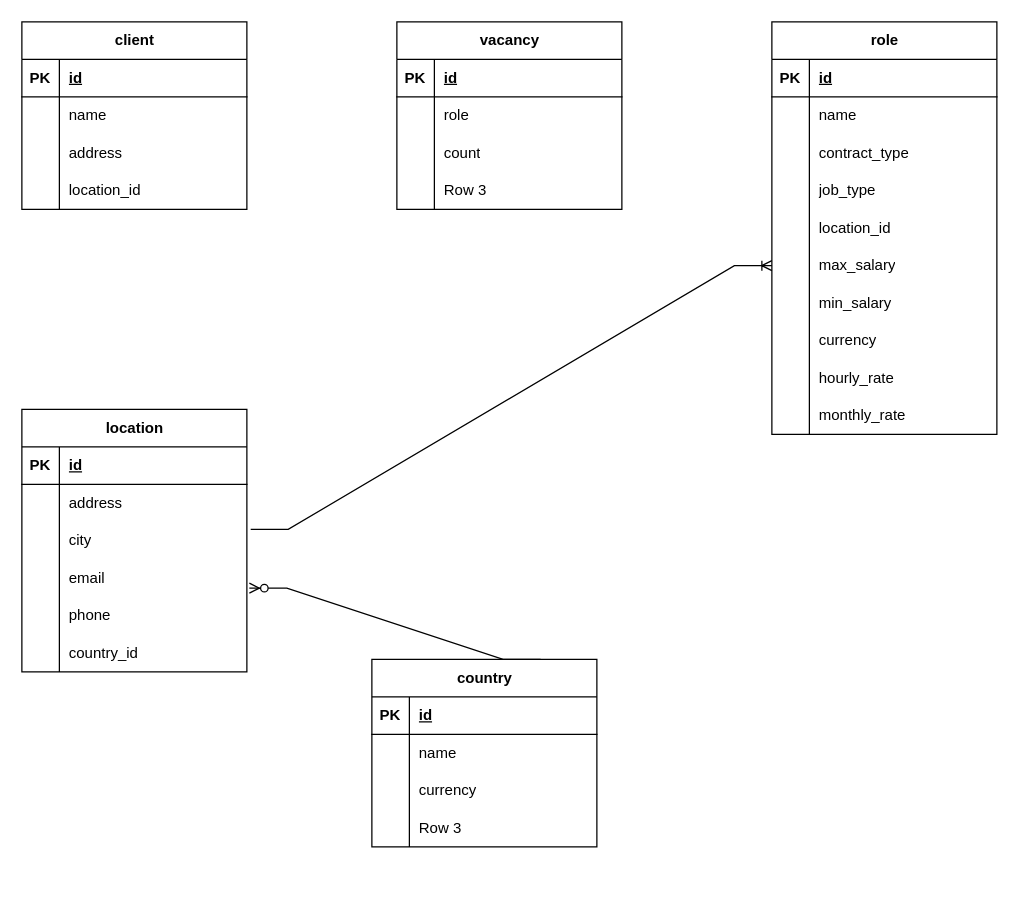
This is ER.drawio from peguses/education, a draw.io file, before an edit. Source tidied: cells renumbered, new cells numbered last; positions are measured from the earlier drawing's top-left corner, leaving out a move shared by most shapes. Both pictures are drawn from the tidied source at 125%, with x=0, y=0 at pixel (21, 21).
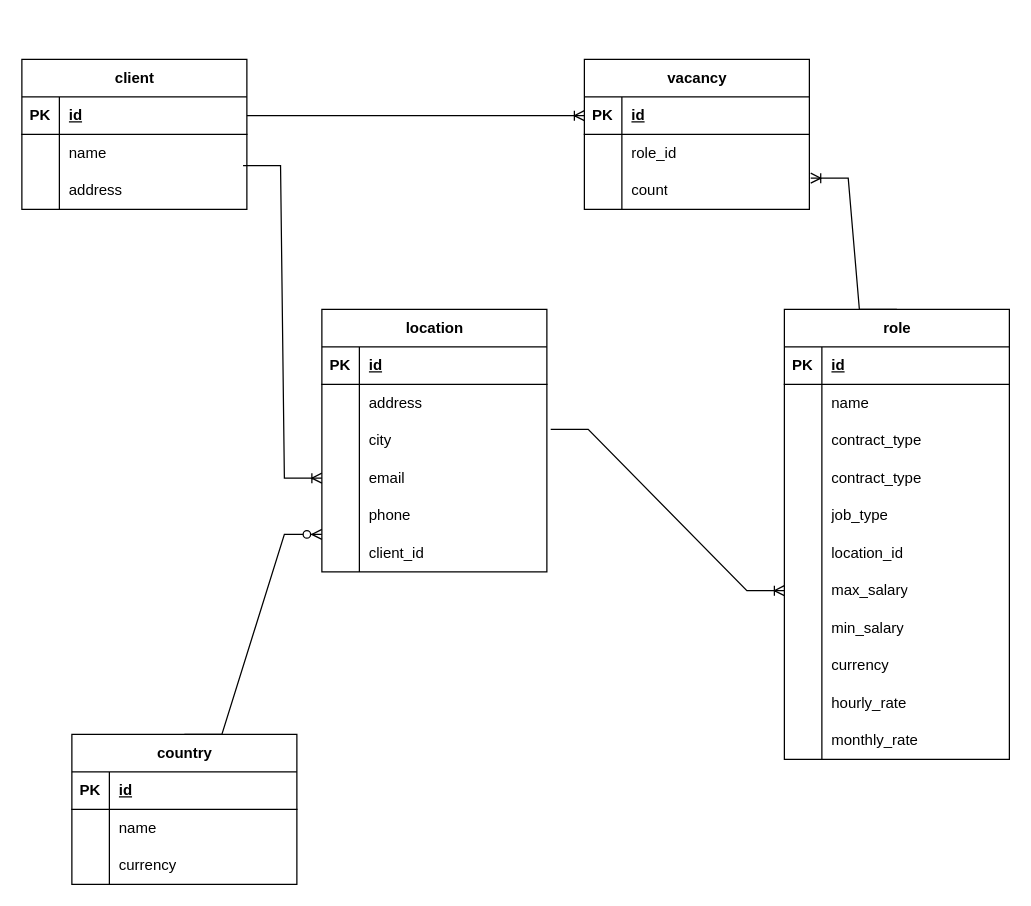
Above is the later version.

Unchanged cells that the change refers to:
```xml
<mxCell id="3" style="shape=tableRow;horizontal=0;startSize=0;swimlaneHead=0;swimlaneBody=0;fillColor=none;points=[[0,0.5],[1,0.5]];portConstraint=eastwest;top=0;left=0;right=0;bottom=1;" parent="2" vertex="1">
  <mxGeometry y="30" width="180" height="30" as="geometry" />
</mxCell>
<mxCell id="6" style="shape=tableRow;horizontal=0;startSize=0;swimlaneHead=0;swimlaneBody=0;fillColor=none;points=[[0,0.5],[1,0.5]];portConstraint=eastwest;top=0;left=0;right=0;bottom=0;" parent="2" vertex="1">
  <mxGeometry y="60" width="180" height="30" as="geometry" />
</mxCell>
<mxCell id="29" style="shape=tableRow;horizontal=0;startSize=0;swimlaneHead=0;swimlaneBody=0;fillColor=none;points=[[0,0.5],[1,0.5]];portConstraint=eastwest;top=0;left=0;right=0;bottom=1;" parent="28" vertex="1">
  <mxGeometry y="30" width="180" height="30" as="geometry" />
</mxCell>
<mxCell id="32" style="shape=tableRow;horizontal=0;startSize=0;swimlaneHead=0;swimlaneBody=0;fillColor=none;top=0;left=0;right=0;bottom=0;" parent="28" vertex="1">
  <mxGeometry y="60" width="180" height="30" as="geometry" />
</mxCell>
<mxCell id="35" style="shape=tableRow;horizontal=0;startSize=0;swimlaneHead=0;swimlaneBody=0;fillColor=none;points=[[0,0.5],[1,0.5]];portConstraint=eastwest;top=0;left=0;right=0;bottom=0;" parent="28" vertex="1">
  <mxGeometry y="90" width="180" height="30" as="geometry" />
</mxCell>
<mxCell id="82" style="shape=tableRow;horizontal=0;startSize=0;swimlaneHead=0;swimlaneBody=0;fillColor=none;points=[[0,0.5],[1,0.5]];portConstraint=eastwest;top=0;left=0;right=0;bottom=0;" parent="72" vertex="1">
  <mxGeometry y="120" width="180" height="30" as="geometry" />
</mxCell>
<mxCell id="88" style="shape=tableRow;horizontal=0;startSize=0;swimlaneHead=0;swimlaneBody=0;fillColor=none;top=0;left=0;right=0;bottom=0;" parent="72" vertex="1">
  <mxGeometry y="180" width="180" height="30" as="geometry" />
</mxCell>
```

The edit, as a diff of the source:
```diff
@@
     <mxCell id="2" value="client" style="shape=table;startSize=30;childLayout=tableLayout;rowLines=0;fontStyle=1;align=center;html=1;" parent="1" vertex="1">
-      <mxGeometry width="180" height="150" as="geometry" />
+      <mxGeometry y="30" width="180" height="120" as="geometry" />
     </mxCell>
@@
-    <mxCell id="12" style="shape=tableRow;horizontal=0;startSize=0;swimlaneHead=0;swimlaneBody=0;fillColor=none;top=0;left=0;right=0;bottom=0;" parent="2" vertex="1">
-      <mxGeometry y="120" width="180" height="30" as="geometry" />
-    </mxCell>
-    <mxCell id="13" style="shape=partialRectangle;fillColor=none;top=0;left=0;bottom=0;right=0;overflow=hidden;whiteSpace=wrap;html=1;" parent="12" vertex="1">
-      <mxGeometry width="30" height="30" as="geometry" />
-    </mxCell>
-    <mxCell id="14" value="location_id" style="shape=partialRectangle;fillColor=none;top=0;left=0;bottom=0;right=0;align=left;spacingLeft=6;overflow=hidden;whiteSpace=wrap;html=1;" parent="12" vertex="1">
-      <mxGeometry x="30" width="150" height="30" as="geometry" />
-    </mxCell>
     <mxCell id="15" value="country" style="shape=table;startSize=30;childLayout=tableLayout;rowLines=0;fontStyle=1;align=center;html=1;" parent="1" vertex="1">
-      <mxGeometry x="280" y="510" width="180" height="150" as="geometry" />
+      <mxGeometry x="40" y="570" width="180" height="120" as="geometry" />
     </mxCell>
@@
-    <mxCell id="25" style="shape=tableRow;horizontal=0;startSize=0;swimlaneHead=0;swimlaneBody=0;fillColor=none;top=0;left=0;right=0;bottom=0;" parent="15" vertex="1">
-      <mxGeometry y="120" width="180" height="30" as="geometry" />
-    </mxCell>
-    <mxCell id="26" style="shape=partialRectangle;fillColor=none;top=0;left=0;bottom=0;right=0;overflow=hidden;whiteSpace=wrap;html=1;" parent="25" vertex="1">
-      <mxGeometry width="30" height="30" as="geometry" />
-    </mxCell>
-    <mxCell id="27" value="Row 3" style="shape=partialRectangle;fillColor=none;top=0;left=0;bottom=0;right=0;align=left;spacingLeft=6;overflow=hidden;whiteSpace=wrap;html=1;" parent="25" vertex="1">
-      <mxGeometry x="30" width="150" height="30" as="geometry" />
-    </mxCell>
     <mxCell id="28" value="vacancy" style="shape=table;startSize=30;childLayout=tableLayout;rowLines=0;fontStyle=1;align=center;html=1;" parent="1" vertex="1">
-      <mxGeometry x="300" width="180" height="150" as="geometry" />
+      <mxGeometry x="450" y="30" width="180" height="120" as="geometry" />
     </mxCell>
@@
-    <mxCell id="34" value="role" style="shape=partialRectangle;fillColor=none;top=0;left=0;bottom=0;right=0;align=left;spacingLeft=6;overflow=hidden;whiteSpace=wrap;html=1;" parent="32" vertex="1">
+    <mxCell id="34" value="role_id" style="shape=partialRectangle;fillColor=none;top=0;left=0;bottom=0;right=0;align=left;spacingLeft=6;overflow=hidden;whiteSpace=wrap;html=1;" parent="32" vertex="1">
       <mxGeometry x="30" width="150" height="30" as="geometry" />
     </mxCell>
@@
-    <mxCell id="38" style="shape=tableRow;horizontal=0;startSize=0;swimlaneHead=0;swimlaneBody=0;fillColor=none;top=0;left=0;right=0;bottom=0;" parent="28" vertex="1">
-      <mxGeometry y="120" width="180" height="30" as="geometry" />
-    </mxCell>
-    <mxCell id="39" style="shape=partialRectangle;fillColor=none;top=0;left=0;bottom=0;right=0;overflow=hidden;whiteSpace=wrap;html=1;" parent="38" vertex="1">
-      <mxGeometry width="30" height="30" as="geometry" />
-    </mxCell>
-    <mxCell id="40" value="Row 3" style="shape=partialRectangle;fillColor=none;top=0;left=0;bottom=0;right=0;align=left;spacingLeft=6;overflow=hidden;whiteSpace=wrap;html=1;" parent="38" vertex="1">
-      <mxGeometry x="30" width="150" height="30" as="geometry" />
-    </mxCell>
     <mxCell id="41" value="role" style="shape=table;startSize=30;childLayout=tableLayout;rowLines=0;fontStyle=1;align=center;html=1;" parent="1" vertex="1">
-      <mxGeometry x="600" width="180" height="330" as="geometry" />
+      <mxGeometry x="610" y="230" width="180" height="360" as="geometry" />
     </mxCell>
@@
+    <mxCell id="93" style="shape=tableRow;horizontal=0;startSize=0;swimlaneHead=0;swimlaneBody=0;fillColor=none;top=0;left=0;right=0;bottom=0;" parent="41" vertex="1">
+      <mxGeometry y="90" width="180" height="30" as="geometry" />
+    </mxCell>
+    <mxCell id="94" style="shape=partialRectangle;fillColor=none;top=0;left=0;bottom=0;right=0;overflow=hidden;whiteSpace=wrap;html=1;" parent="93" vertex="1">
+      <mxGeometry width="30" height="30" as="geometry" />
+    </mxCell>
+    <mxCell id="95" value="contract_type" style="shape=partialRectangle;fillColor=none;top=0;left=0;bottom=0;right=0;align=left;spacingLeft=6;overflow=hidden;whiteSpace=wrap;html=1;" parent="93" vertex="1">
+      <mxGeometry x="30" width="150" height="30" as="geometry" />
+    </mxCell>
     <mxCell id="48" style="shape=tableRow;horizontal=0;startSize=0;swimlaneHead=0;swimlaneBody=0;fillColor=none;top=0;left=0;right=0;bottom=0;" parent="41" vertex="1">
-      <mxGeometry y="90" width="180" height="30" as="geometry" />
+      <mxGeometry y="120" width="180" height="30" as="geometry" />
     </mxCell>
@@
     <mxCell id="51" style="shape=tableRow;horizontal=0;startSize=0;swimlaneHead=0;swimlaneBody=0;fillColor=none;top=0;left=0;right=0;bottom=0;" parent="41" vertex="1">
-      <mxGeometry y="120" width="180" height="30" as="geometry" />
+      <mxGeometry y="150" width="180" height="30" as="geometry" />
     </mxCell>
@@
     <mxCell id="54" style="shape=tableRow;horizontal=0;startSize=0;swimlaneHead=0;swimlaneBody=0;fillColor=none;top=0;left=0;right=0;bottom=0;" parent="41" vertex="1">
-      <mxGeometry y="150" width="180" height="30" as="geometry" />
+      <mxGeometry y="180" width="180" height="30" as="geometry" />
     </mxCell>
@@
     <mxCell id="57" style="shape=tableRow;horizontal=0;startSize=0;swimlaneHead=0;swimlaneBody=0;fillColor=none;points=[[0,0.5],[1,0.5]];portConstraint=eastwest;top=0;left=0;right=0;bottom=0;" parent="41" vertex="1">
-      <mxGeometry y="180" width="180" height="30" as="geometry" />
+      <mxGeometry y="210" width="180" height="30" as="geometry" />
     </mxCell>
@@
     <mxCell id="60" style="shape=tableRow;horizontal=0;startSize=0;swimlaneHead=0;swimlaneBody=0;fillColor=none;top=0;left=0;right=0;bottom=0;" parent="41" vertex="1">
-      <mxGeometry y="210" width="180" height="30" as="geometry" />
+      <mxGeometry y="240" width="180" height="30" as="geometry" />
     </mxCell>
@@
     <mxCell id="63" style="shape=tableRow;horizontal=0;startSize=0;swimlaneHead=0;swimlaneBody=0;fillColor=none;top=0;left=0;right=0;bottom=0;" parent="41" vertex="1">
-      <mxGeometry y="240" width="180" height="30" as="geometry" />
+      <mxGeometry y="270" width="180" height="30" as="geometry" />
     </mxCell>
@@
     <mxCell id="66" style="shape=tableRow;horizontal=0;startSize=0;swimlaneHead=0;swimlaneBody=0;fillColor=none;top=0;left=0;right=0;bottom=0;" parent="41" vertex="1">
-      <mxGeometry y="270" width="180" height="30" as="geometry" />
+      <mxGeometry y="300" width="180" height="30" as="geometry" />
     </mxCell>
@@
     <mxCell id="69" style="shape=tableRow;horizontal=0;startSize=0;swimlaneHead=0;swimlaneBody=0;fillColor=none;top=0;left=0;right=0;bottom=0;" parent="41" vertex="1">
-      <mxGeometry y="300" width="180" height="30" as="geometry" />
+      <mxGeometry y="330" width="180" height="30" as="geometry" />
     </mxCell>
@@
     <mxCell id="72" value="location" style="shape=table;startSize=30;childLayout=tableLayout;rowLines=0;fontStyle=1;align=center;html=1;" parent="1" vertex="1">
-      <mxGeometry y="310" width="180" height="210" as="geometry" />
+      <mxGeometry x="240" y="230" width="180" height="210" as="geometry" />
     </mxCell>
@@
-    <mxCell id="90" value="country_id" style="shape=partialRectangle;fillColor=none;top=0;left=0;bottom=0;right=0;align=left;spacingLeft=6;overflow=hidden;whiteSpace=wrap;html=1;" parent="88" vertex="1">
+    <mxCell id="90" value="client_id" style="shape=partialRectangle;fillColor=none;top=0;left=0;bottom=0;right=0;align=left;spacingLeft=6;overflow=hidden;whiteSpace=wrap;html=1;" parent="88" vertex="1">
       <mxGeometry x="30" width="150" height="30" as="geometry" />
     </mxCell>
-    <mxCell id="91" style="edgeStyle=entityRelationEdgeStyle;fontSize=12;html=1;endArrow=ERzeroToMany;endFill=1;rounded=0;exitX=0.75;exitY=0;exitDx=0;exitDy=0;entryX=1.011;entryY=0.767;entryDx=0;entryDy=0;entryPerimeter=0;" parent="1" edge="1" source="15" target="82">
-      <mxGeometry relative="1" as="geometry" />
+    <mxCell id="91" style="edgeStyle=entityRelationEdgeStyle;fontSize=12;html=1;endArrow=ERzeroToMany;endFill=1;rounded=0;exitX=0.5;exitY=0;exitDx=0;exitDy=0;entryX=1.011;entryY=0.767;entryDx=0;entryDy=0;entryPerimeter=0;" parent="1" edge="1" source="15">
+      <mxGeometry relative="1" as="geometry">
+        <mxPoint x="240" y="410" as="targetPoint" />
+      </mxGeometry>
     </mxCell>
@@
+    <mxCell id="96" style="edgeStyle=entityRelationEdgeStyle;fontSize=12;html=1;endArrow=ERoneToMany;rounded=0;exitX=0.983;exitY=0.833;exitDx=0;exitDy=0;exitPerimeter=0;entryX=0;entryY=0.5;entryDx=0;entryDy=0;" parent="1" edge="1" source="6" target="82">
+      <mxGeometry relative="1" as="geometry" />
+    </mxCell>
+    <mxCell id="97" style="edgeStyle=entityRelationEdgeStyle;fontSize=12;html=1;endArrow=ERoneToMany;rounded=0;entryX=1.006;entryY=0.167;entryDx=0;entryDy=0;entryPerimeter=0;exitX=0.5;exitY=0;exitDx=0;exitDy=0;" parent="1" edge="1" source="41" target="35">
+      <mxGeometry relative="1" as="geometry" />
+    </mxCell>
+    <mxCell id="98" style="edgeStyle=entityRelationEdgeStyle;fontSize=12;html=1;endArrow=ERoneToMany;rounded=0;exitX=1;exitY=0.5;exitDx=0;exitDy=0;entryX=0;entryY=0.5;entryDx=0;entryDy=0;" parent="1" edge="1" source="3" target="29">
+      <mxGeometry relative="1" as="geometry" />
+    </mxCell>
```
